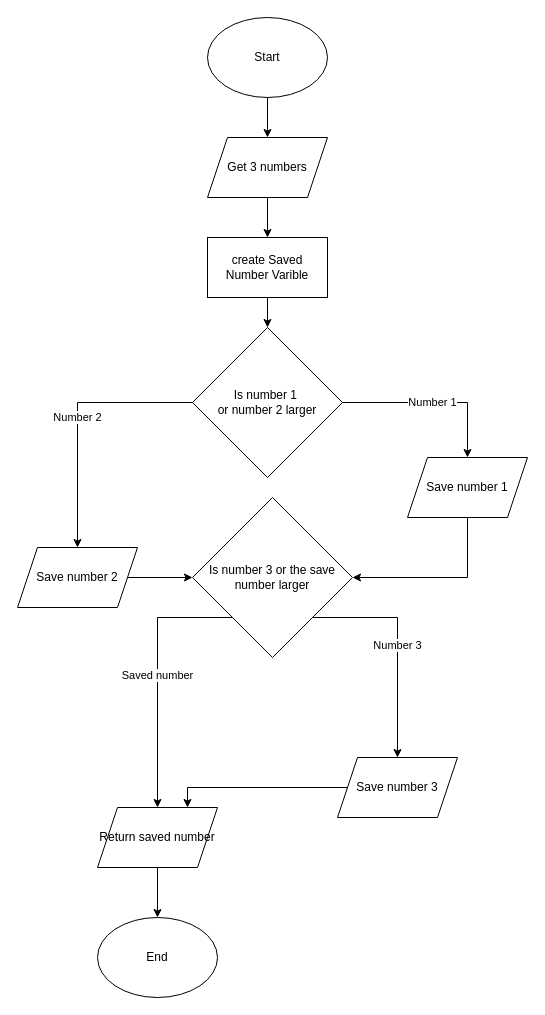
Earlier version of the draw.io diagram Largest of 3 numbers.drawio (RisingSatalite/SmallWorkFlows). Source tidied: cells renumbered, new cells numbered last; positions are measured from the earlier drawing's top-left corner, leaving out a move shared by most shapes. Both pictures are drawn from the tidied source at 100%, with x=0, y=0 at pixel (17, 17).
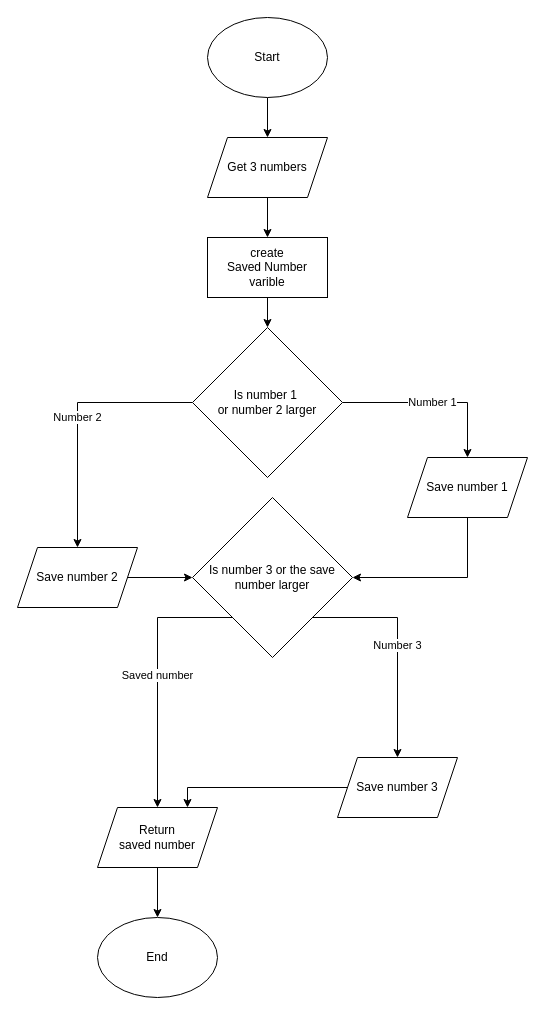
Above is the later version.

What changed in the source:
```diff
@@
-    <mxCell id="20" value="Return saved number" style="shape=parallelogram;perimeter=parallelogramPerimeter;whiteSpace=wrap;html=1;fixedSize=1;" parent="1" vertex="1">
+    <mxCell id="20" value="Return&lt;div&gt;saved number&lt;/div&gt;" style="shape=parallelogram;perimeter=parallelogramPerimeter;whiteSpace=wrap;html=1;fixedSize=1;" parent="1" vertex="1">
       <mxGeometry x="80" y="790" width="120" height="60" as="geometry" />
     </mxCell>
@@
-    <mxCell id="22" value="create Saved&lt;div&gt;Number Varible&lt;/div&gt;" style="rounded=0;whiteSpace=wrap;html=1;" parent="1" vertex="1">
+    <mxCell id="22" value="create&lt;div&gt;Saved&amp;nbsp;&lt;span style=&quot;background-color: transparent; color: light-dark(rgb(0, 0, 0), rgb(255, 255, 255));&quot;&gt;Number&lt;/span&gt;&lt;div&gt;varible&lt;/div&gt;&lt;/div&gt;" style="rounded=0;whiteSpace=wrap;html=1;" parent="1" vertex="1">
       <mxGeometry x="190" y="220" width="120" height="60" as="geometry" />
     </mxCell>
```
